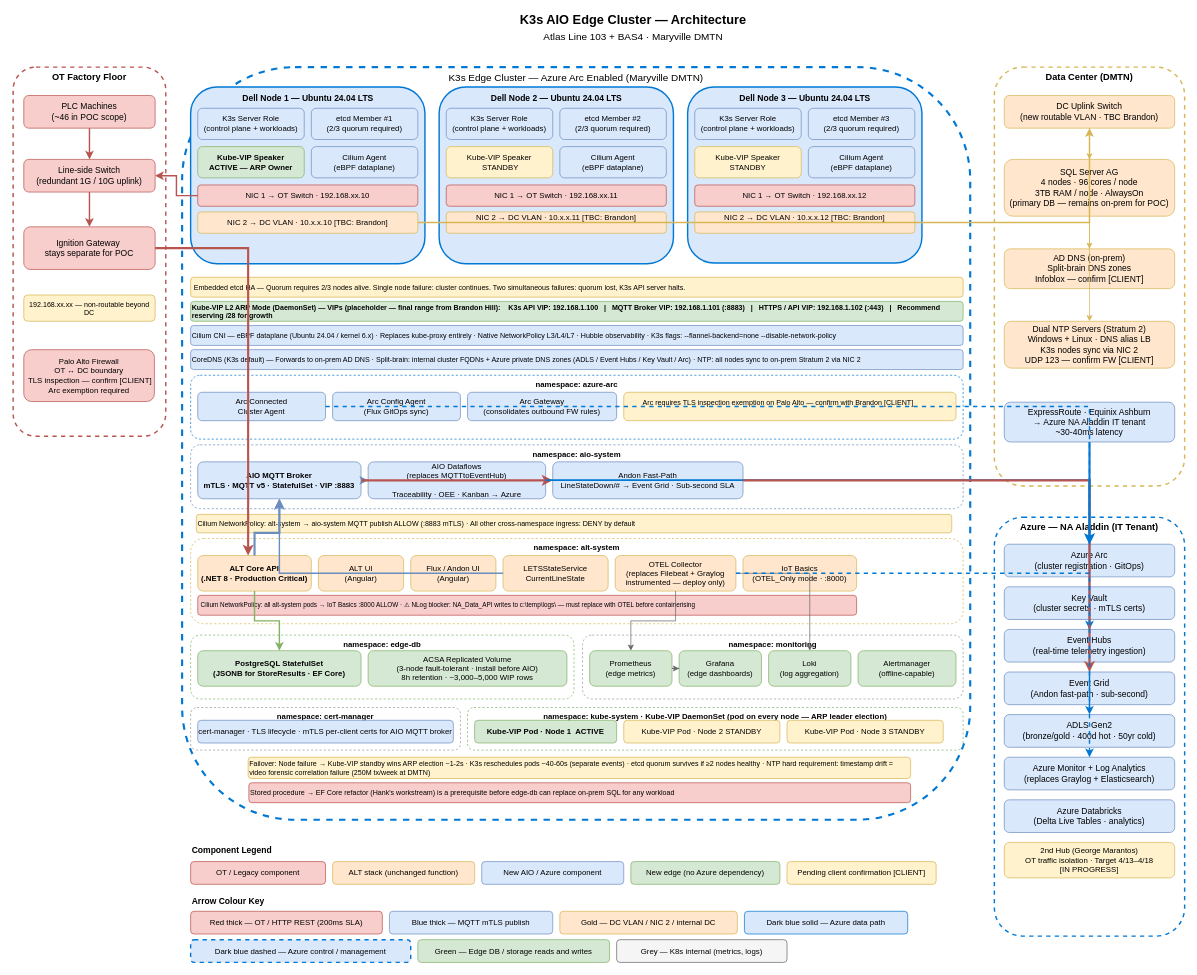
avinashr-insight/manufacturing-iot keeps this draw.io diagram as page "AIO Overview" (1 of 8) of AIO-Architecture-V2.drawio. Above is the earlier version. Source tidied: cells renumbered, new cells numbered last; positions are measured from the earlier drawing's top-left corner, leaving out a move shared by most shapes. Both pictures are drawn from the tidied source at 71%, with x=0, y=0 at pixel (13, 12).
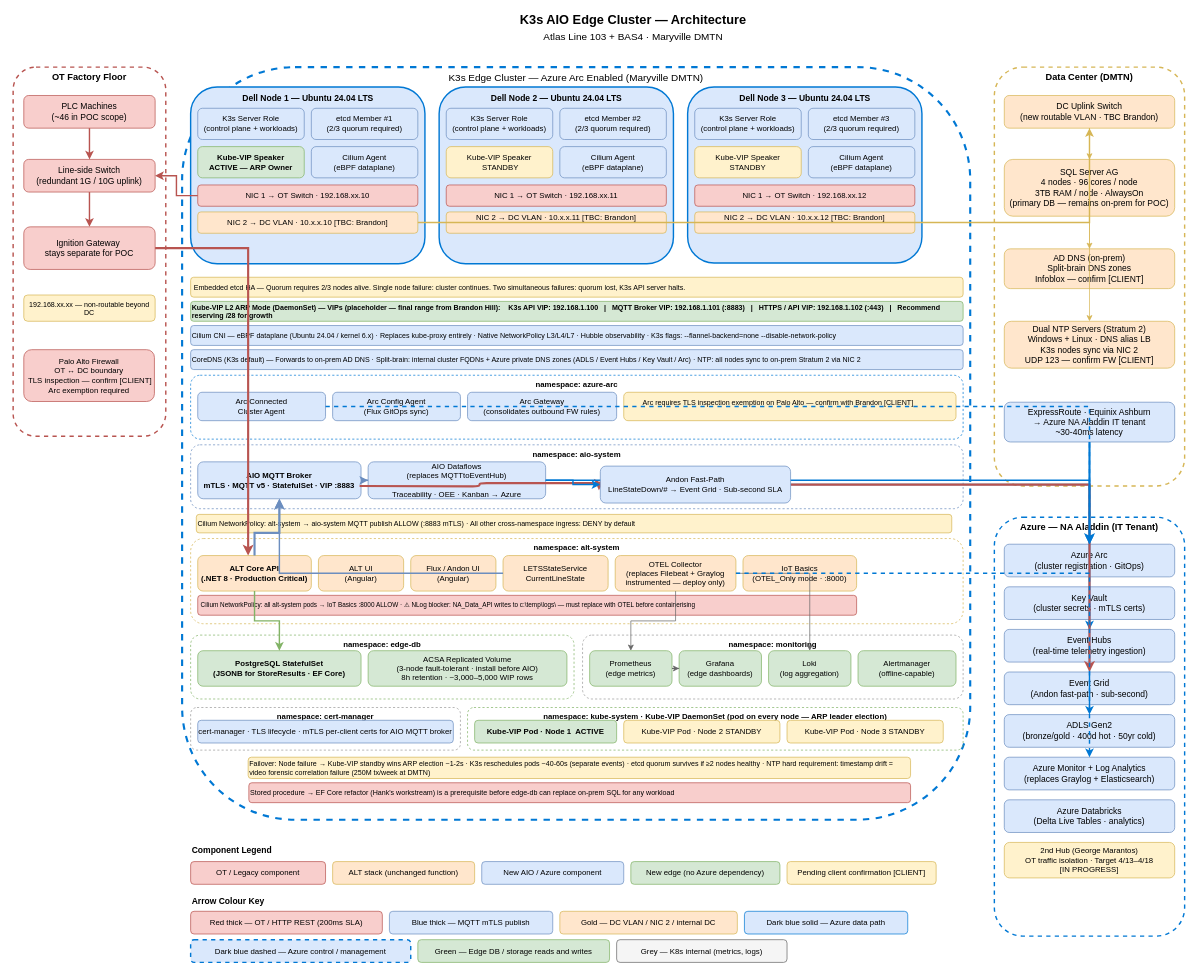
After the change.

Unchanged cells that the change refers to:
```xml
<mxCell id="44" value="AIO MQTT Broker&#10;mTLS · MQTT v5 · StatefulSet · VIP :8883" style="rounded=1;whiteSpace=wrap;html=1;fillColor=#dae8fc;strokeColor=#6c8ebf;fontSize=11;fontStyle=1;" parent="1" vertex="1">
  <mxGeometry x="260" y="633" width="230" height="52" as="geometry" />
</mxCell>
<mxCell id="45" value="AIO Dataflows&lt;br&gt;(replaces MQTTtoEventHub)&lt;div&gt;&lt;br&gt;Traceability · OEE · Kanban → Azure&lt;/div&gt;" style="rounded=1;whiteSpace=wrap;html=1;fillColor=#dae8fc;strokeColor=#6c8ebf;fontSize=11;" parent="1" vertex="1">
  <mxGeometry x="500" y="633" width="250" height="52" as="geometry" />
</mxCell>
<mxCell id="83" value="ADLS Gen2&#10;(bronze/gold · 400d hot · 50yr cold)" style="rounded=1;whiteSpace=wrap;html=1;fillColor=#dae8fc;strokeColor=#6c8ebf;fontSize=12;" parent="1" vertex="1">
  <mxGeometry x="1396" y="989" width="240" height="46" as="geometry" />
</mxCell>
```

Diff of the diagram source:
```diff
@@
-    <mxCell id="46" value="Andon Fast-Path&#10;LineStateDown/# → Event Grid · Sub-second SLA" style="rounded=1;whiteSpace=wrap;html=1;fillColor=#dae8fc;strokeColor=#6c8ebf;fontSize=11;" parent="1" vertex="1">
-      <mxGeometry x="760" y="633" width="268" height="52" as="geometry" />
-    </mxCell>
@@
-    <mxCell id="95" style="edgeStyle=orthogonalEdgeStyle;rounded=1;html=1;strokeColor=#b85450;strokeWidth=3;curved=0;" parent="1" edge="1" source="44" target="46">
-      <mxGeometry relative="1" as="geometry" />
+    <mxCell id="95" style="edgeStyle=orthogonalEdgeStyle;rounded=1;html=1;strokeColor=#b85450;strokeWidth=3;curved=0;" parent="1" edge="1">
+      <mxGeometry relative="1" as="geometry">
+        <mxPoint x="488" y="667" as="sourcePoint" />
+        <mxPoint x="825" y="673" as="targetPoint" />
+      </mxGeometry>
     </mxCell>
@@
-    <mxCell id="101" style="edgeStyle=orthogonalEdgeStyle;rounded=0;html=1;strokeColor=#0078d4;strokeWidth=2;" parent="1" edge="1" source="45" target="83">
+    <mxCell id="101" style="edgeStyle=orthogonalEdgeStyle;rounded=0;html=1;strokeColor=#0078d4;strokeWidth=2;" parent="1" edge="1" source="46" target="83">
       <mxGeometry relative="1" as="geometry" />
     </mxCell>
@@
+    <mxCell id="123" style="edgeStyle=orthogonalEdgeStyle;rounded=0;html=1;strokeColor=#0078d4;strokeWidth=2;" parent="1" edge="1" source="45" target="46">
+      <mxGeometry relative="1" as="geometry" />
+    </mxCell>
+    <mxCell id="46" value="Andon Fast-Path&#10;LineStateDown/# → Event Grid · Sub-second SLA" style="rounded=1;whiteSpace=wrap;html=1;fillColor=#dae8fc;strokeColor=#6c8ebf;fontSize=11;" parent="1" vertex="1">
+      <mxGeometry x="827" y="639" width="268" height="52" as="geometry" />
+    </mxCell>
```
